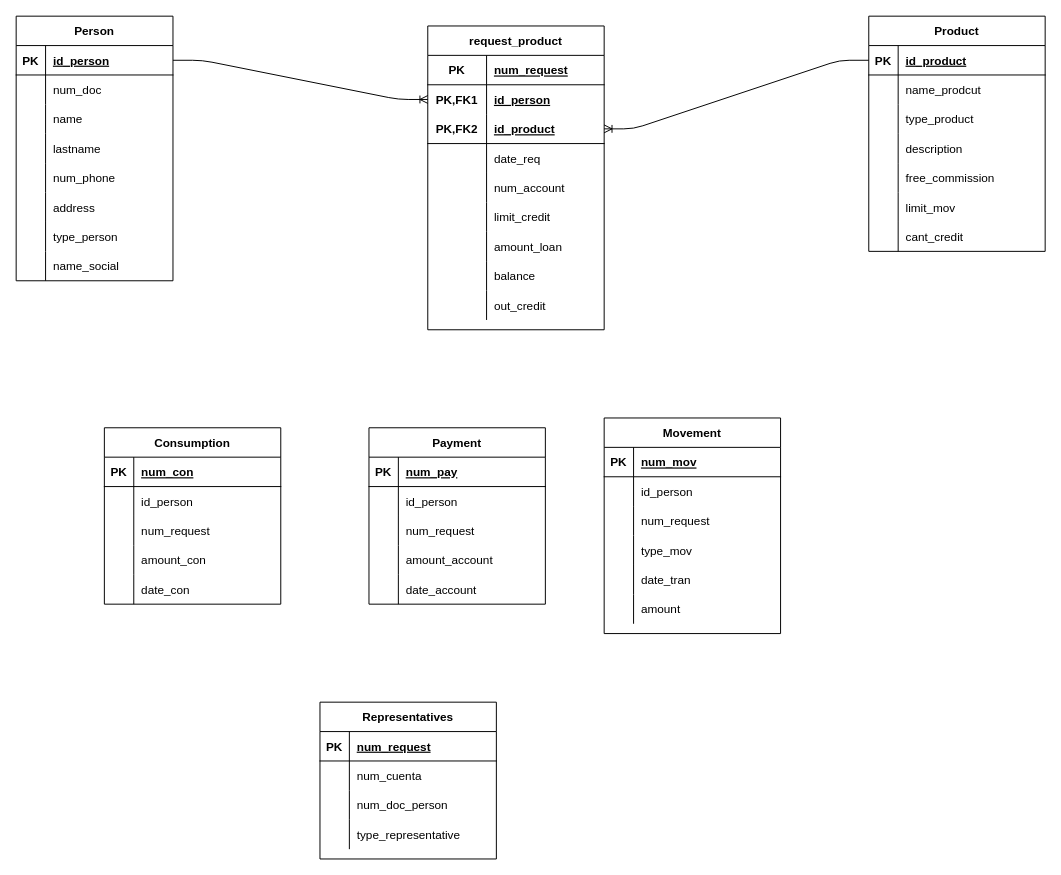
Earlier version of the draw.io diagram banco.drawio (ajoelflores124/everbanco). Source tidied: cells renumbered, new cells numbered last; positions are measured from the earlier drawing's top-left corner, leaving out a move shared by most shapes. Both pictures are drawn from the tidied source at 98%, with x=0, y=0 at pixel (16, 16).
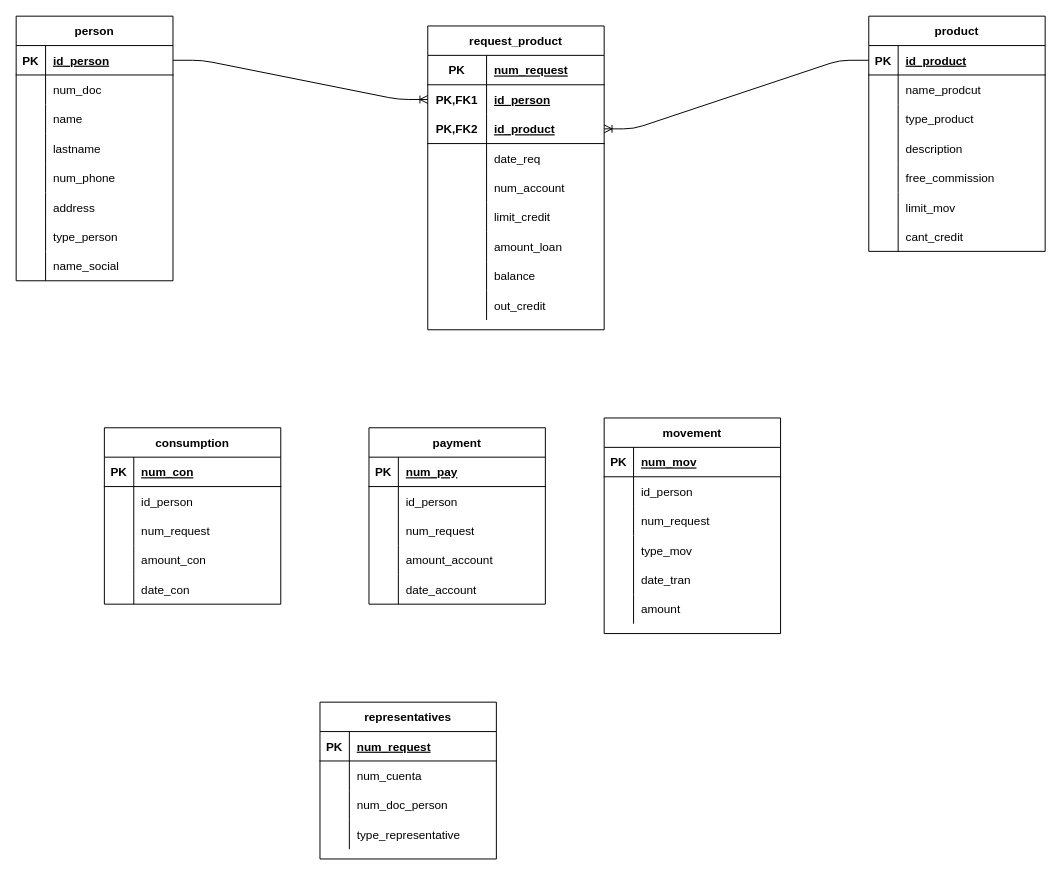
After the change.

Diff of the diagram source:
```diff
@@
-    <mxCell id="2" value="Person" style="shape=table;startSize=30;childLayout=tableLayout;rowLines=0;fontStyle=1;align=center;" parent="1" vertex="1">
+    <mxCell id="2" value="person" style="shape=table;startSize=30;childLayout=tableLayout;rowLines=0;fontStyle=1;align=center;" parent="1" vertex="1">
       <mxGeometry width="160" height="270" as="geometry" />
     </mxCell>
@@
-    <mxCell id="27" value="Product" style="shape=table;startSize=30;childLayout=tableLayout;rowLines=0;fontStyle=1;align=center;" parent="1" vertex="1">
+    <mxCell id="27" value="product" style="shape=table;startSize=30;childLayout=tableLayout;rowLines=0;fontStyle=1;align=center;" parent="1" vertex="1">
       <mxGeometry x="870" width="180" height="240" as="geometry" />
     </mxCell>
@@
-    <mxCell id="79" value="Consumption" style="shape=table;startSize=30;childLayout=tableLayout;rowLines=0;fontStyle=1;align=center;" parent="1" vertex="1">
+    <mxCell id="79" value="consumption" style="shape=table;startSize=30;childLayout=tableLayout;rowLines=0;fontStyle=1;align=center;" parent="1" vertex="1">
       <mxGeometry x="90" y="420" width="180" height="180" as="geometry" />
     </mxCell>
@@
-    <mxCell id="95" value="Payment" style="shape=table;startSize=30;childLayout=tableLayout;rowLines=0;fontStyle=1;align=center;" parent="1" vertex="1">
+    <mxCell id="95" value="payment" style="shape=table;startSize=30;childLayout=tableLayout;rowLines=0;fontStyle=1;align=center;" parent="1" vertex="1">
       <mxGeometry x="360" y="420" width="180" height="180" as="geometry" />
     </mxCell>
@@
-    <mxCell id="111" value="Movement" style="shape=table;startSize=30;childLayout=tableLayout;rowLines=0;fontStyle=1;align=center;" parent="1" vertex="1">
+    <mxCell id="111" value="movement" style="shape=table;startSize=30;childLayout=tableLayout;rowLines=0;fontStyle=1;align=center;" parent="1" vertex="1">
       <mxGeometry x="600" y="410" width="180" height="220" as="geometry" />
     </mxCell>
@@
-    <mxCell id="130" value="Representatives" style="shape=table;startSize=30;childLayout=tableLayout;rowLines=0;fontStyle=1;align=center;" parent="1" vertex="1">
+    <mxCell id="130" value="representatives" style="shape=table;startSize=30;childLayout=tableLayout;rowLines=0;fontStyle=1;align=center;" parent="1" vertex="1">
       <mxGeometry x="310" y="700" width="180" height="160" as="geometry" />
     </mxCell>
```
